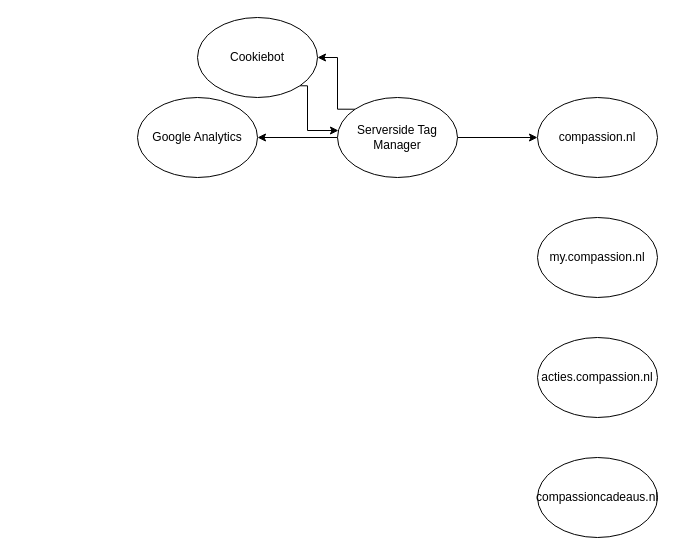
pmd2016/draw.io keeps this draw.io diagram as Compassion - Webanalytics data.drawio. Above is the earlier version. Source tidied: cells renumbered, new cells numbered last; positions are measured from the earlier drawing's top-left corner, leaving out a move shared by most shapes. Both pictures are drawn from the tidied source at 100%, with x=0, y=0 at pixel (137, 17).
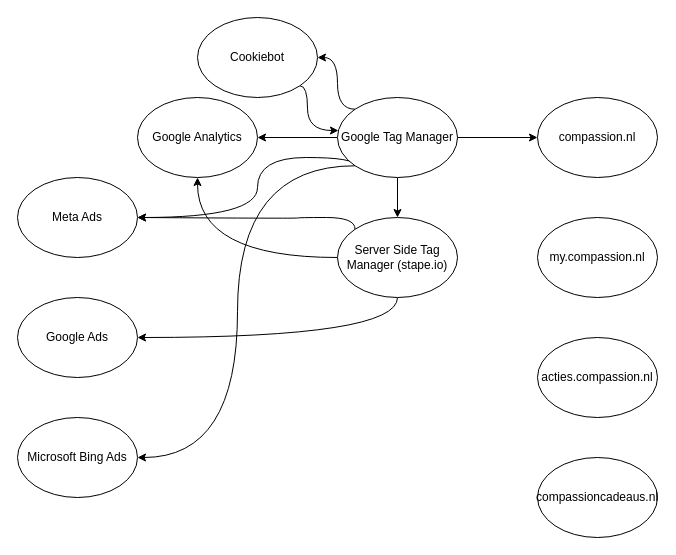
The same diagram, later.

Unchanged cells that the change refers to:
```xml
<mxCell id="10" value="Google Analytics" style="ellipse;whiteSpace=wrap;html=1;" parent="1" vertex="1">
  <mxGeometry y="80" width="120" height="80" as="geometry" />
</mxCell>
<mxCell id="12" value="Cookiebot" style="ellipse;whiteSpace=wrap;html=1;" parent="1" vertex="1">
  <mxGeometry x="60" width="120" height="80" as="geometry" />
</mxCell>
```

Change to the diagram source:
```diff
@@
-    <mxCell id="7" style="edgeStyle=orthogonalEdgeStyle;rounded=0;jettySize=auto;html=1;exitX=0;exitY=0;exitDx=0;exitDy=0;entryX=1;entryY=0.5;entryDx=0;entryDy=0;" parent="1" edge="1" source="9" target="12">
+    <mxCell id="7" style="edgeStyle=orthogonalEdgeStyle;rounded=0;jettySize=auto;html=1;exitX=0;exitY=0;exitDx=0;exitDy=0;entryX=1;entryY=0.5;entryDx=0;entryDy=0;curved=1;" parent="1" edge="1" source="9" target="12">
       <mxGeometry relative="1" as="geometry">
         <Array as="points">
           <mxPoint x="200" y="92" />
           <mxPoint x="200" y="40" />
         </Array>
       </mxGeometry>
     </mxCell>
@@
+    <mxCell id="13" style="edgeStyle=orthogonalEdgeStyle;rounded=0;jettySize=auto;html=1;" parent="1" edge="1" source="9" target="19">
+      <mxGeometry relative="1" as="geometry" />
+    </mxCell>
+    <mxCell id="14" style="edgeStyle=orthogonalEdgeStyle;rounded=0;jettySize=auto;html=1;exitX=0;exitY=1;exitDx=0;exitDy=0;entryX=1;entryY=0.5;entryDx=0;entryDy=0;curved=1;" parent="1" edge="1" source="9" target="20">
+      <mxGeometry relative="1" as="geometry">
+        <Array as="points">
+          <mxPoint x="218" y="140" />
+          <mxPoint x="120" y="140" />
+          <mxPoint x="120" y="200" />
+        </Array>
+      </mxGeometry>
+    </mxCell>
+    <mxCell id="15" style="edgeStyle=orthogonalEdgeStyle;rounded=0;jettySize=auto;html=1;exitX=0;exitY=1;exitDx=0;exitDy=0;entryX=1;entryY=0.5;entryDx=0;entryDy=0;curved=1;" parent="1" edge="1" source="9" target="22">
+      <mxGeometry relative="1" as="geometry" />
+    </mxCell>
-    <mxCell id="9" value="Serverside Tag Manager" style="ellipse;whiteSpace=wrap;html=1;" parent="1" vertex="1">
+    <mxCell id="9" value="Google Tag Manager" style="ellipse;whiteSpace=wrap;html=1;" parent="1" vertex="1">
       <mxGeometry x="200" y="80" width="120" height="80" as="geometry" />
     </mxCell>
@@
-    <mxCell id="11" style="edgeStyle=orthogonalEdgeStyle;rounded=0;jettySize=auto;html=1;exitX=1;exitY=1;exitDx=0;exitDy=0;entryX=0.008;entryY=0.413;entryDx=0;entryDy=0;entryPerimeter=0;" parent="1" edge="1" source="12" target="9">
+    <mxCell id="11" style="edgeStyle=orthogonalEdgeStyle;rounded=0;jettySize=auto;html=1;exitX=1;exitY=1;exitDx=0;exitDy=0;entryX=0.008;entryY=0.413;entryDx=0;entryDy=0;entryPerimeter=0;curved=1;" parent="1" edge="1" source="12" target="9">
       <mxGeometry relative="1" as="geometry">
         <Array as="points">
           <mxPoint x="170" y="68" />
           <mxPoint x="170" y="113" />
         </Array>
       </mxGeometry>
     </mxCell>
@@
+    <mxCell id="16" style="edgeStyle=orthogonalEdgeStyle;rounded=0;jettySize=auto;html=1;exitX=0;exitY=0.5;exitDx=0;exitDy=0;entryX=0.5;entryY=1;entryDx=0;entryDy=0;curved=1;" parent="1" edge="1" source="19" target="10">
+      <mxGeometry relative="1" as="geometry" />
+    </mxCell>
+    <mxCell id="17" style="edgeStyle=orthogonalEdgeStyle;rounded=0;jettySize=auto;html=1;exitX=0;exitY=0;exitDx=0;exitDy=0;curved=1;" parent="1" edge="1" source="19">
+      <mxGeometry relative="1" as="geometry">
+        <mxPoint y="200" as="targetPoint" />
+        <Array as="points">
+          <mxPoint x="218" y="200" />
+          <mxPoint x="160" y="200" />
+          <mxPoint x="160" y="201" />
+        </Array>
+      </mxGeometry>
+    </mxCell>
+    <mxCell id="18" style="edgeStyle=orthogonalEdgeStyle;rounded=0;jettySize=auto;html=1;exitX=0.5;exitY=1;exitDx=0;exitDy=0;entryX=1;entryY=0.5;entryDx=0;entryDy=0;curved=1;" parent="1" edge="1" source="19" target="21">
+      <mxGeometry relative="1" as="geometry" />
+    </mxCell>
+    <mxCell id="19" value="Server Side Tag Manager (stape.io)" style="ellipse;whiteSpace=wrap;html=1;" parent="1" vertex="1">
+      <mxGeometry x="200" y="200" width="120" height="80" as="geometry" />
+    </mxCell>
+    <mxCell id="20" value="Meta Ads" style="ellipse;whiteSpace=wrap;html=1;" parent="1" vertex="1">
+      <mxGeometry x="-120" y="160" width="120" height="80" as="geometry" />
+    </mxCell>
+    <mxCell id="21" value="Google Ads" style="ellipse;whiteSpace=wrap;html=1;" parent="1" vertex="1">
+      <mxGeometry x="-120" y="280" width="120" height="80" as="geometry" />
+    </mxCell>
+    <mxCell id="22" value="Microsoft Bing Ads" style="ellipse;whiteSpace=wrap;html=1;" parent="1" vertex="1">
+      <mxGeometry x="-120" y="400" width="120" height="80" as="geometry" />
+    </mxCell>
```
